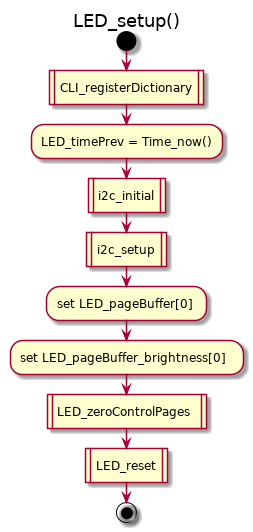
The PlantUML diagram doc/uml/LED_setup.png in kluelogic/controller, before a commit.
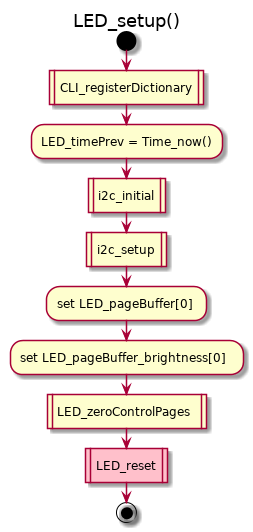
After the change.

Change to the diagram source:
```diff
@@ -8,6 +8,6 @@
 :set LED_pageBuffer[0];
 :set LED_pageBuffer_brightness[0];
 :LED_zeroControlPages|
-:LED_reset|
+#Pink:LED_reset|
 stop
 @enduml
```
